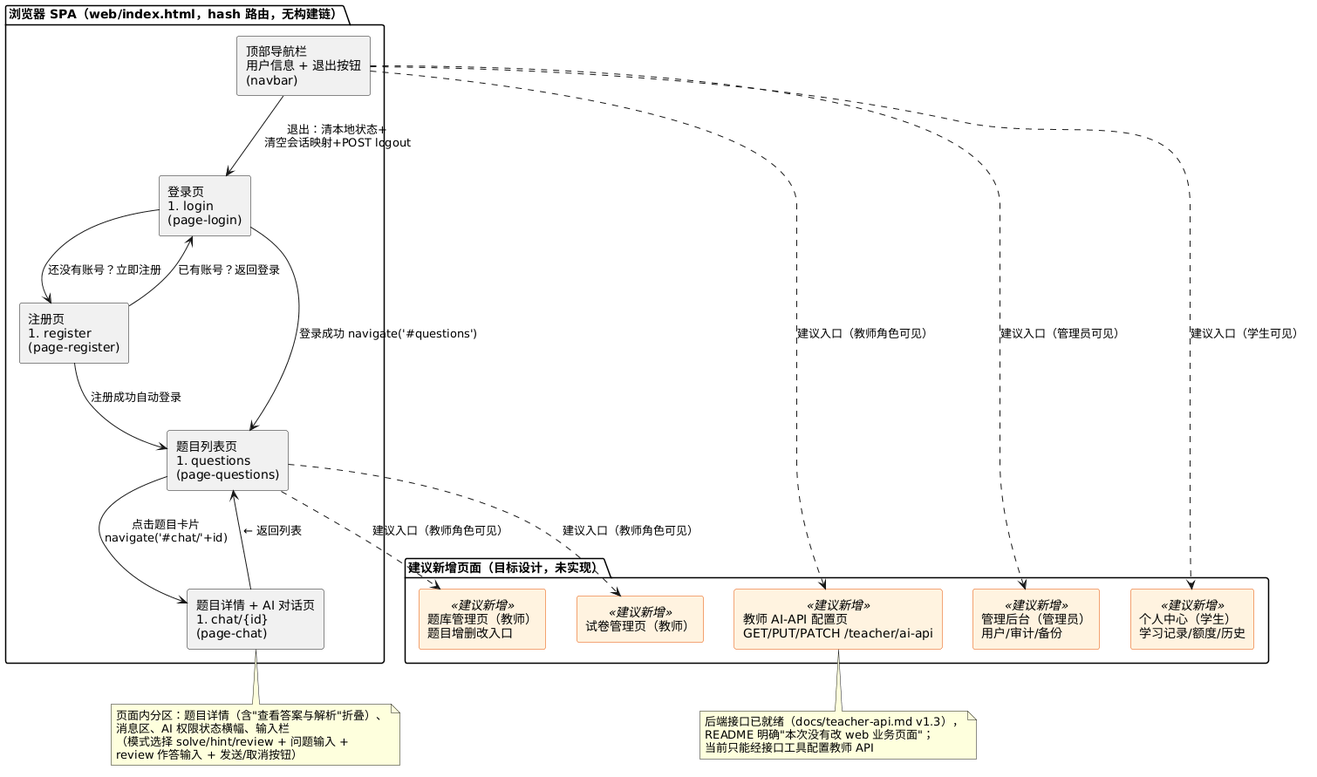
Above: OOA_OOD/diagrams/ood/ood1_navigation.png in Araaaagorn/ai-question-bank (PlantUML), before the change.
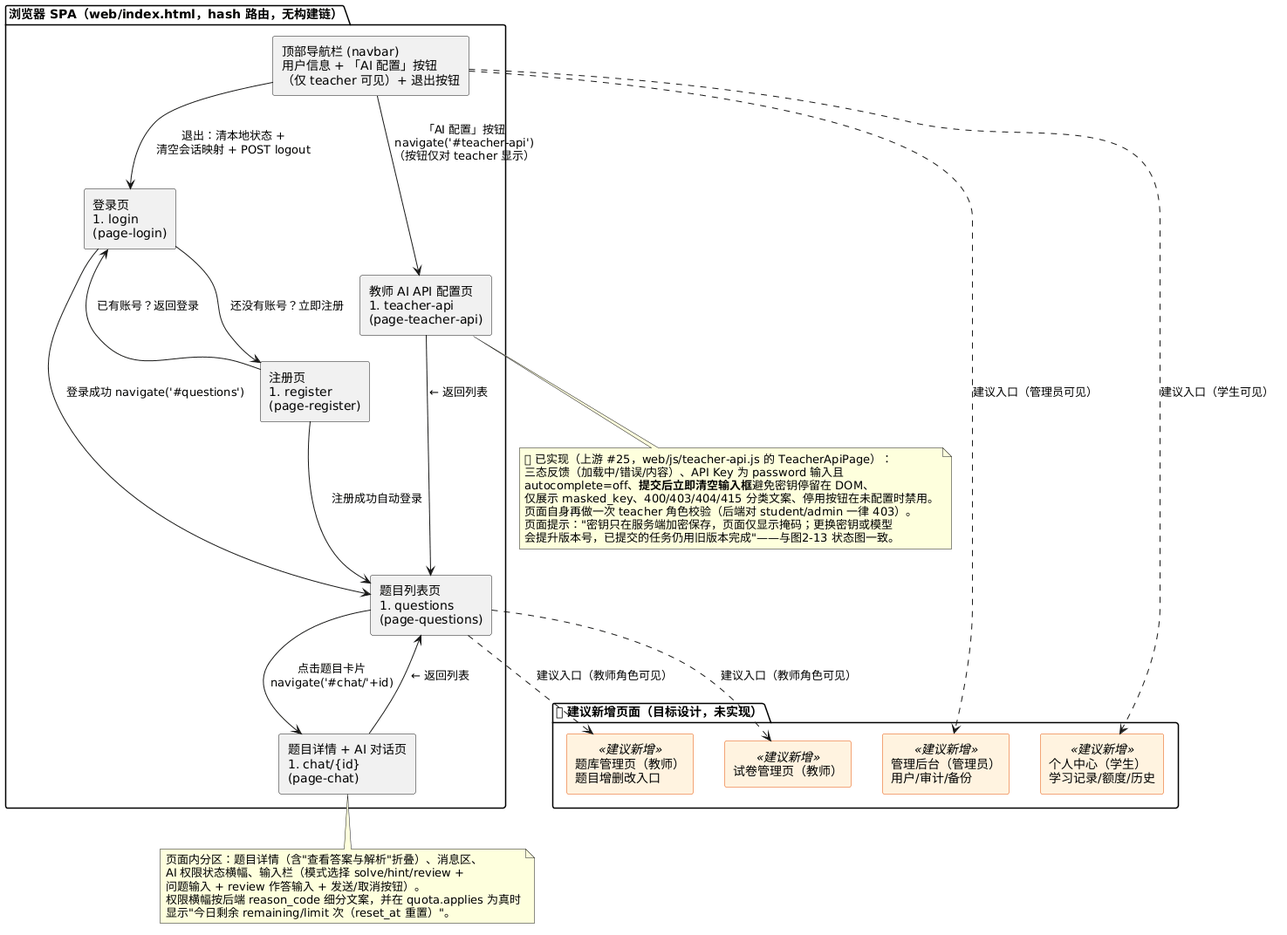
The same file after the commit.

What changed in the source:
```diff
@@ -1,4 +1,4 @@
-@startuml ood1_navigation
+@startuml
 skinparam shadowing false
 skinparam componentStyle rectangle
 skinparam component {
@@ -7,16 +7,16 @@
 }
 
 package "浏览器 SPA（web/index.html，hash 路由，无构建链）" {
-  component "顶部导航栏\n用户信息 + 退出按钮\n(navbar)" as Nav
+  component "顶部导航栏 (navbar)\n用户信息 + 「AI 配置」按钮\n（仅 teacher 可见）+ 退出按钮" as Nav
   component "登录页\n#login\n(page-login)" as L
   component "注册页\n#register\n(page-register)" as R
   component "题目列表页\n#questions\n(page-questions)" as Q
   component "题目详情 + AI 对话页\n#chat/{id}\n(page-chat)" as C
+  component "教师 AI API 配置页\n#teacher-api\n(page-teacher-api)" as TA
 }
 
-package "建议新增页面（目标设计，未实现）" {
+package "⬜ 建议新增页面（目标设计，未实现）" {
   component "题库管理页（教师）\n题目增删改入口" as X1 <<建议新增>>
-  component "教师 AI-API 配置页\nGET/PUT/PATCH /teacher/ai-api" as X2 <<建议新增>>
   component "试卷管理页（教师）" as X3 <<建议新增>>
   component "管理后台（管理员）\n用户/审计/备份" as X4 <<建议新增>>
   component "个人中心（学生）\n学习记录/额度/历史" as X5 <<建议新增>>
@@ -28,23 +28,29 @@
 R --> Q : 注册成功自动登录
 Q --> C : 点击题目卡片\nnavigate('#chat/'+id)
 C --> Q : "← 返回列表"
-Nav --> L : 退出：清本地状态+\n清空会话映射+POST logout
+Nav --> TA : 「AI 配置」按钮\nnavigate('#teacher-api')\n（按钮仅对 teacher 显示）
+TA --> Q : "← 返回列表"
+Nav --> L : 退出：清本地状态 +\n清空会话映射 + POST logout
 Q ..> X1 : 建议入口（教师角色可见）
-Nav ..> X2 : 建议入口（教师角色可见）
 Q ..> X3 : 建议入口（教师角色可见）
 Nav ..> X4 : 建议入口（管理员可见）
 Nav ..> X5 : 建议入口（学生可见）
 
 note bottom of C
-  页面内分区：题目详情（含"查看答案与解析"折叠）、
-  消息区、AI 权限状态横幅、输入栏
-  （模式选择 solve/hint/review + 问题输入 +
-  review 作答输入 + 发送/取消按钮）
+  页面内分区：题目详情（含"查看答案与解析"折叠）、消息区、
+  AI 权限状态横幅、输入栏（模式选择 solve/hint/review +
+  问题输入 + review 作答输入 + 发送/取消按钮）。
+  权限横幅按后端 reason_code 细分文案，并在 quota.applies 为真时
+  显示"今日剩余 remaining/limit 次（reset_at 重置）"。
 end note
 
-note bottom of X2
-  后端接口已就绪（docs/teacher-api.md v1.3），
-  README 明确"本次没有改 web 业务页面"；
-  当前只能经接口工具配置教师 API
+note bottom of TA
+  ✅ 已实现（上游 #25，web/js/teacher-api.js 的 TeacherApiPage）：
+  三态反馈（加载中/错误/内容）、API Key 为 password 输入且
+  autocomplete=off、**提交后立即清空输入框**避免密钥停留在 DOM、
+  仅展示 masked_key、400/403/404/415 分类文案、停用按钮在未配置时禁用。
+  页面自身再做一次 teacher 角色校验（后端对 student/admin 一律 403）。
+  页面提示："密钥只在服务端加密保存，页面仅显示掩码；更换密钥或模型
+  会提升版本号，已提交的任务仍用旧版本完成"——与图2-13 状态图一致。
 end note
 @enduml
```
